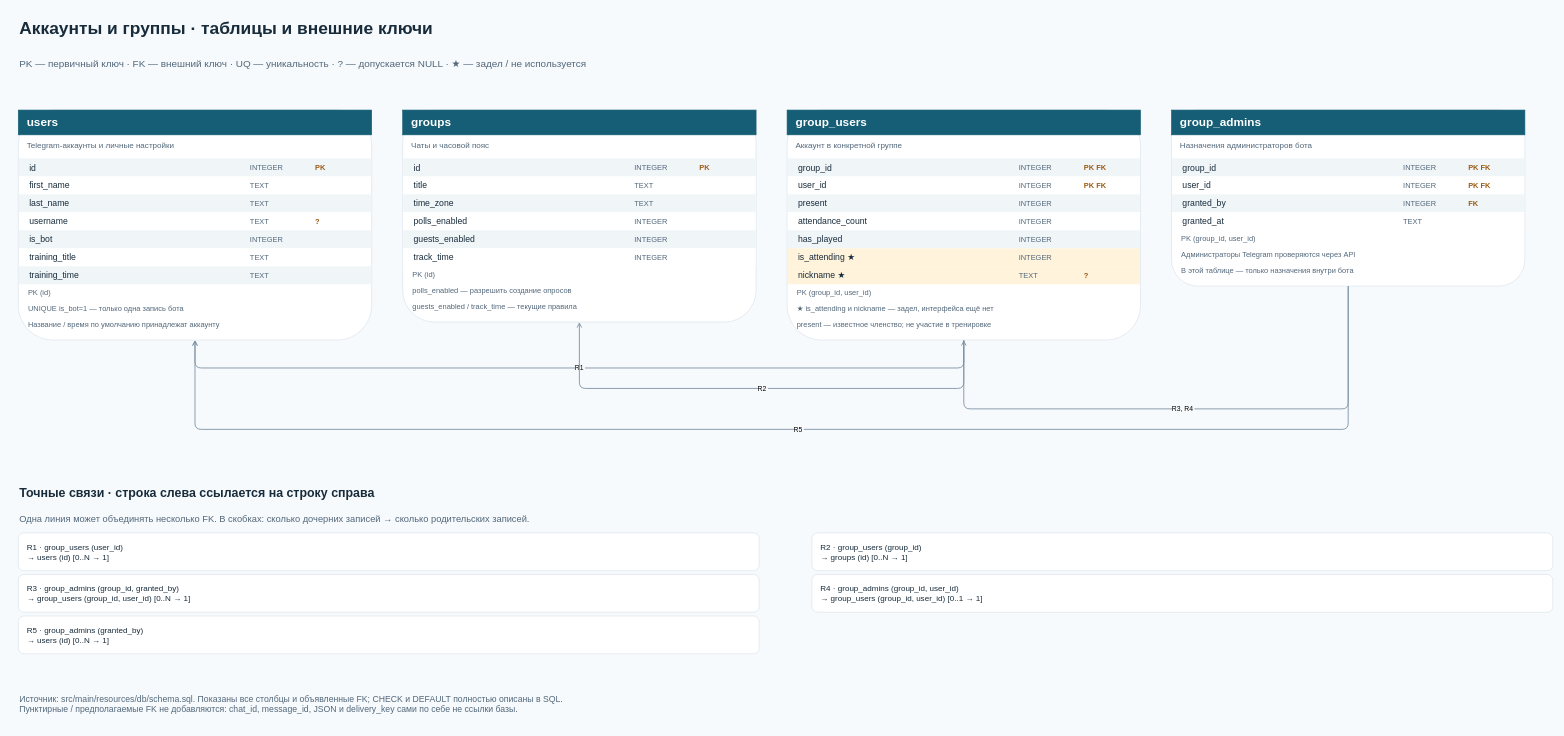
This is page "02 · Аккаунты и группы" (2 of 6) of docs/diagrams/DATABASE_ERD.drawio from Romamor/tennis-split-bot, a draw.io file, before an edit. Source tidied: cells renumbered, new cells numbered last; positions are measured from the earlier drawing's top-left corner, leaving out a move shared by most shapes. Both pictures are drawn from the tidied source at 62%, with x=0, y=0 at pixel (11, 11).
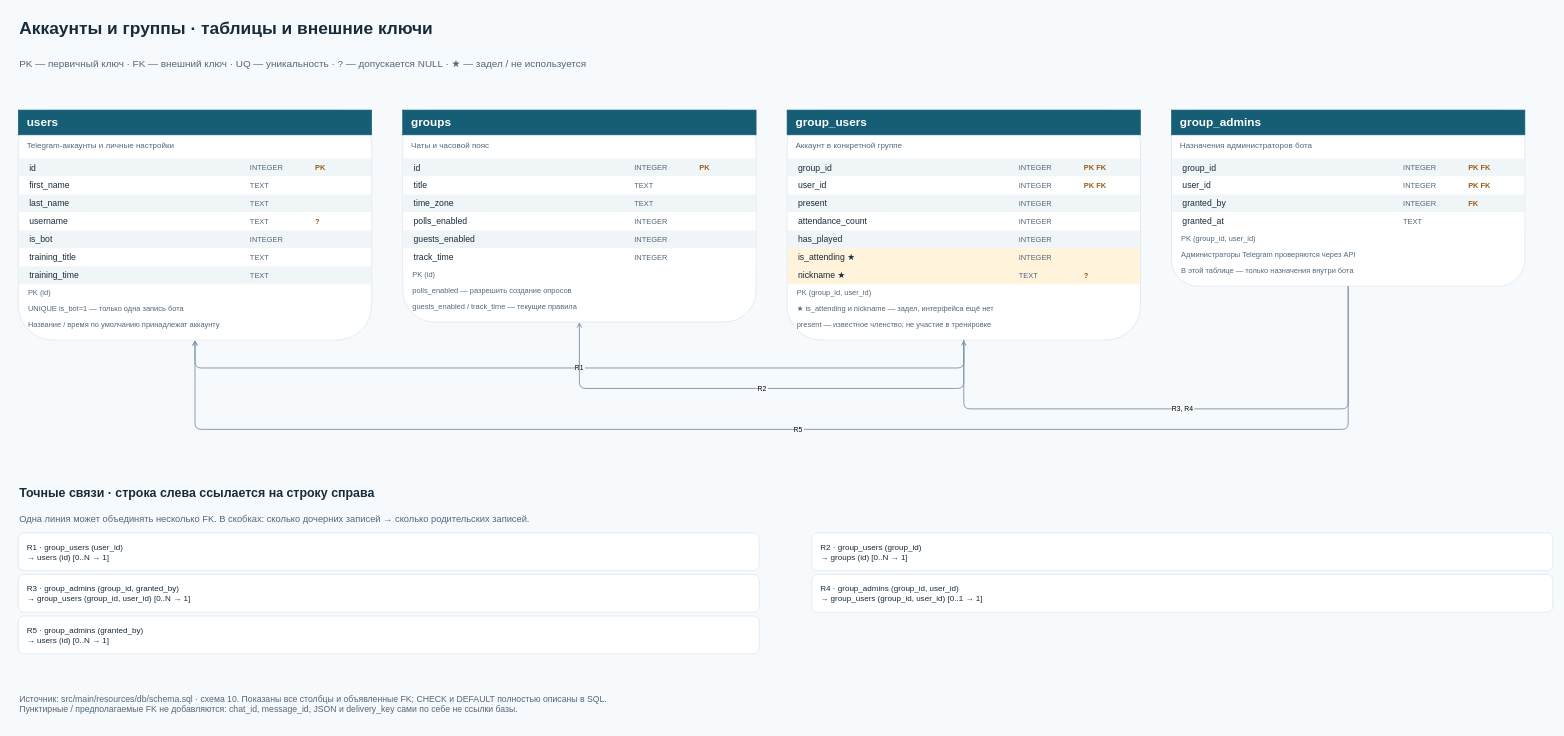
Above is the later version.

The edit, as a diff of the source:
```diff
@@
-    <mxCell id="135" value="Источник: src/main/resources/db/schema.sql. Показаны все столбцы и объявленные FK; CHECK и DEFAULT полностью описаны в SQL.&#10;Пунктирные / предполагаемые FK не добавляются: chat_id, message_id, JSON и delivery_key сами по себе не ссылки базы." style="rounded=0;whiteSpace=wrap;html=0;fillColor=none;strokeColor=none;fontColor=#52677a;fontSize=14;fontFamily=Arial;align=left;verticalAlign=middle;spacingLeft=12;spacingRight=10;" parent="1" vertex="1">
+    <mxCell id="135" value="Источник: src/main/resources/db/schema.sql · схема 10. Показаны все столбцы и объявленные FK; CHECK и DEFAULT полностью описаны в SQL.&#10;Пунктирные / предполагаемые FK не добавляются: chat_id, message_id, JSON и delivery_key сами по себе не ссылки базы." style="rounded=0;whiteSpace=wrap;html=0;fillColor=none;strokeColor=none;fontColor=#52677a;fontSize=14;fontFamily=Arial;align=left;verticalAlign=middle;spacingLeft=12;spacingRight=10;" parent="1" vertex="1">
       <mxGeometry y="1083" width="2470" height="70" as="geometry" />
     </mxCell>
```
